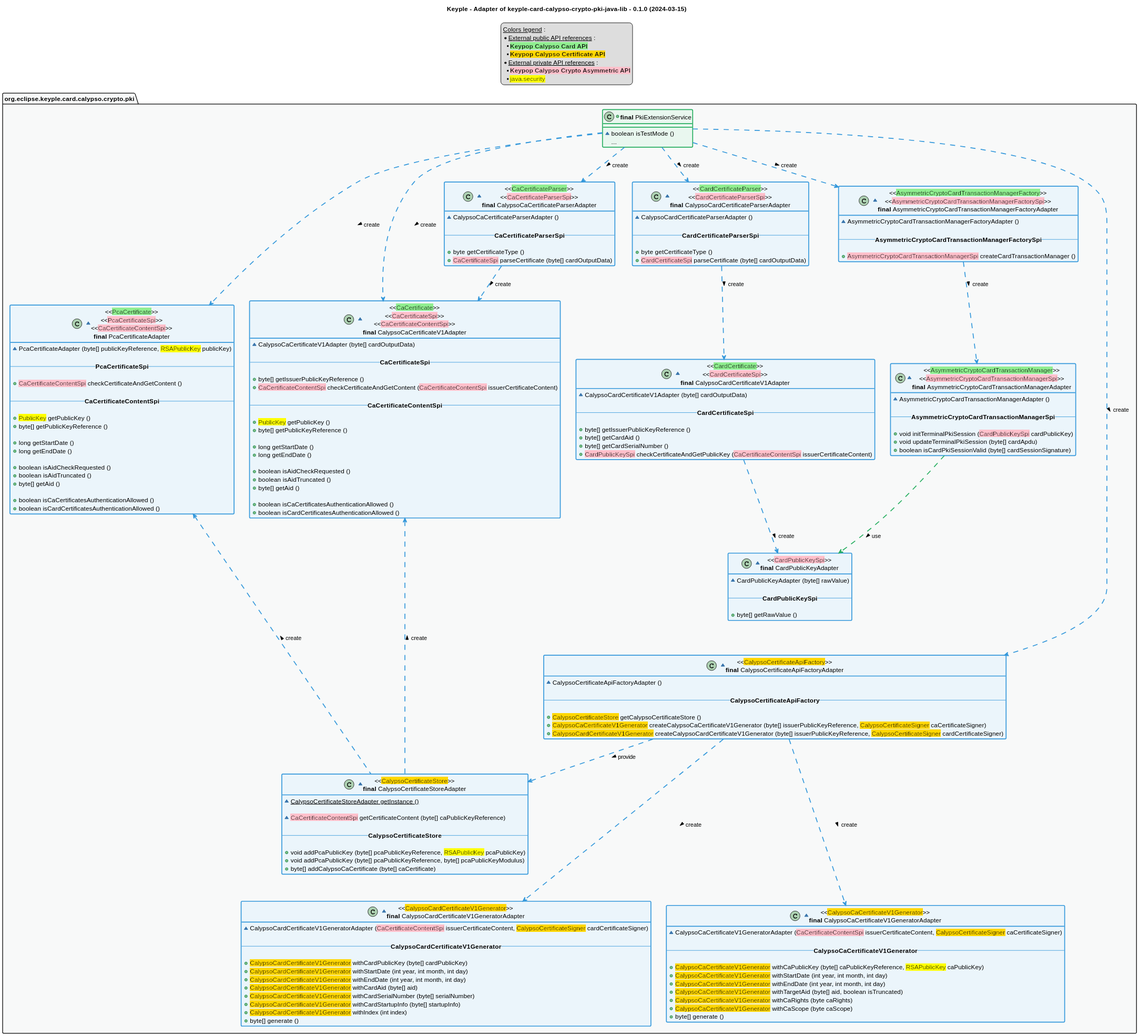
Earlier version of the PlantUML export src/main/uml/adapter_class_diagram.svg (eclipse-keyple/keyple-card-calypso-crypto-pki-java-lib).
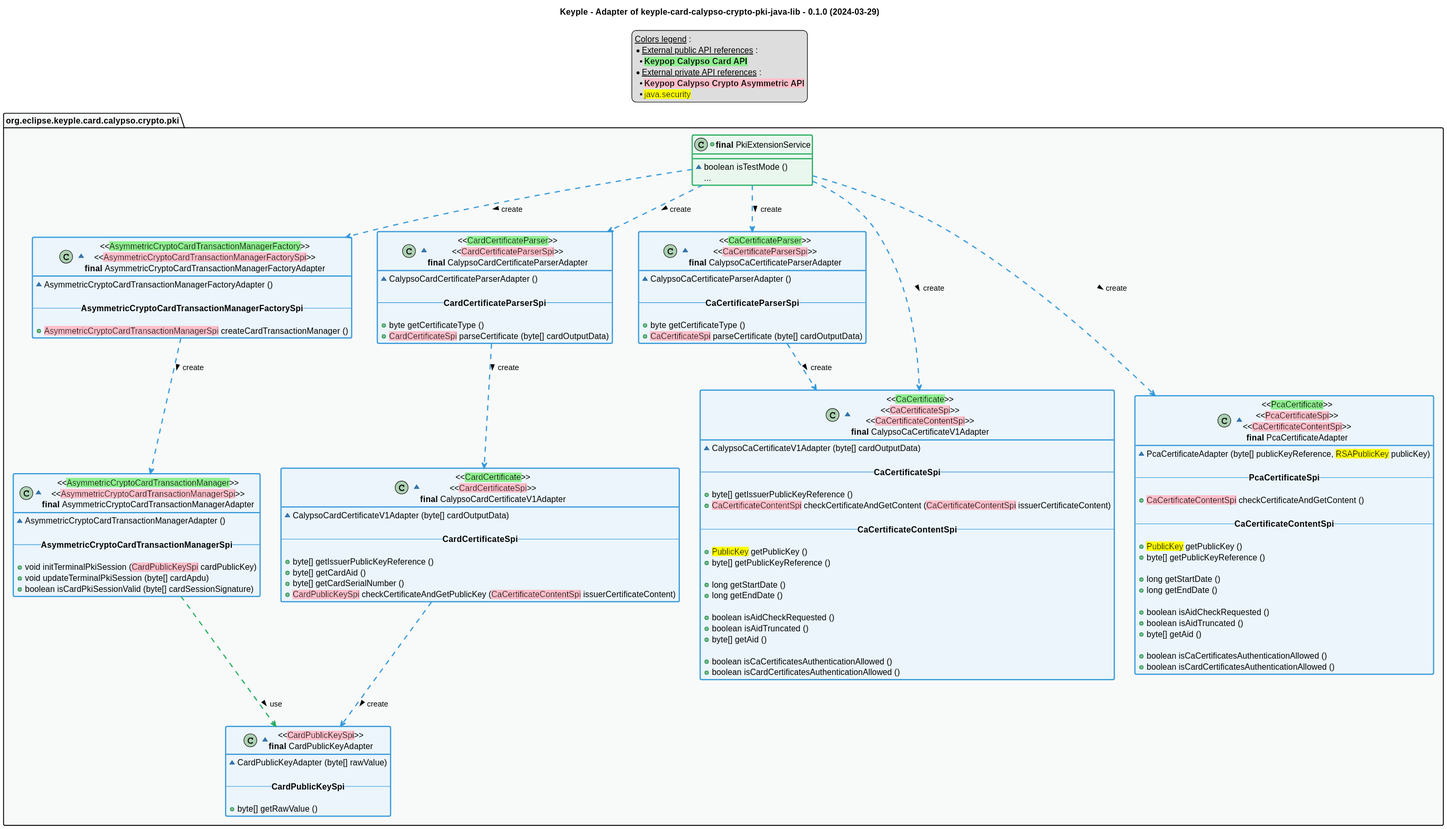
The same diagram one commit later.

Commit message:
remove certificate api

Diff of the diagram source:
```diff
@@ -1,6 +1,6 @@
 @startuml
 title
-    Keyple - Adapter of keyple-card-calypso-crypto-pki-java-lib - 0.1.0 (2024-03-15)
+    Keyple - Adapter of keyple-card-calypso-crypto-pki-java-lib - 0.1.0 (2024-03-29)
 end title
 
 
@@ -44,7 +44,6 @@
     __Colors legend__ :
     * __External public API references__ :
     ** <back:lightGreen>**Keypop Calypso Card API**</back>
-    ** <back:gold>**Keypop Calypso Certificate API**</back>
     * __External private API references__ :
     ** <back:pink>**Keypop Calypso Crypto Asymmetric API**</back>
     ** <back:yellow>java.security</back>
@@ -150,53 +149,6 @@
         +boolean isCaCertificatesAuthenticationAllowed ()
         +boolean isCardCertificatesAuthenticationAllowed ()
     }
-    ~class "<<<back:gold>CalypsoCertificateApiFactory</back>>>\n**final** CalypsoCertificateApiFactoryAdapter" as CalypsoCertificateApiFactoryAdapter <<blue>> {
-        ~CalypsoCertificateApiFactoryAdapter ()
-
-        -- **CalypsoCertificateApiFactory** --
-
-        +<back:gold>CalypsoCertificateStore</back> getCalypsoCertificateStore ()
-        +<back:gold>CalypsoCaCertificateV1Generator</back> createCalypsoCaCertificateV1Generator (byte[] issuerPublicKeyReference, <back:gold>CalypsoCertificateSigner</back> caCertificateSigner)
-        +<back:gold>CalypsoCardCertificateV1Generator</back> createCalypsoCardCertificateV1Generator (byte[] issuerPublicKeyReference, <back:gold>CalypsoCertificateSigner</back> cardCertificateSigner)
-    }
-    ~class "<<<back:gold>CalypsoCertificateStore</back>>>\n**final** CalypsoCertificateStoreAdapter" as CalypsoCertificateStoreAdapter <<blue>> {
-        ~{static} CalypsoCertificateStoreAdapter getInstance ()
-
-        ~<back:pink>CaCertificateContentSpi</back> getCertificateContent (byte[] caPublicKeyReference)
-
-        -- **CalypsoCertificateStore** --
-
-        +void addPcaPublicKey (byte[] pcaPublicKeyReference, <back:yellow>RSAPublicKey</back> pcaPublicKey)
-        +void addPcaPublicKey (byte[] pcaPublicKeyReference, byte[] pcaPublicKeyModulus)
-        +byte[] addCalypsoCaCertificate (byte[] caCertificate)
-    }
-    ~class "<<<back:gold>CalypsoCaCertificateV1Generator</back>>>\n**final** CalypsoCaCertificateV1GeneratorAdapter" as CalypsoCaCertificateV1GeneratorAdapter <<blue>> {
-        ~CalypsoCaCertificateV1GeneratorAdapter (<back:pink>CaCertificateContentSpi</back> issuerCertificateContent, <back:gold>CalypsoCertificateSigner</back> caCertificateSigner)
-
-        -- **CalypsoCaCertificateV1Generator** --
-
-        +<back:gold>CalypsoCaCertificateV1Generator</back> withCaPublicKey (byte[] caPublicKeyReference, <back:yellow>RSAPublicKey</back> caPublicKey)
-        +<back:gold>CalypsoCaCertificateV1Generator</back> withStartDate (int year, int month, int day)
-        +<back:gold>CalypsoCaCertificateV1Generator</back> withEndDate (int year, int month, int day)
-        +<back:gold>CalypsoCaCertificateV1Generator</back> withTargetAid (byte[] aid, boolean isTruncated)
-        +<back:gold>CalypsoCaCertificateV1Generator</back> withCaRights (byte caRights)
-        +<back:gold>CalypsoCaCertificateV1Generator</back> withCaScope (byte caScope)
-        +byte[] generate ()
-    }
-    ~class "<<<back:gold>CalypsoCardCertificateV1Generator</back>>>\n**final** CalypsoCardCertificateV1GeneratorAdapter" as CalypsoCardCertificateV1GeneratorAdapter <<blue>> {
-        ~CalypsoCardCertificateV1GeneratorAdapter (<back:pink>CaCertificateContentSpi</back> issuerCertificateContent, <back:gold>CalypsoCertificateSigner</back> cardCertificateSigner)
-
-        -- **CalypsoCardCertificateV1Generator** --
-
-        +<back:gold>CalypsoCardCertificateV1Generator</back> withCardPublicKey (byte[] cardPublicKey)
-        +<back:gold>CalypsoCardCertificateV1Generator</back> withStartDate (int year, int month, int day)
-        +<back:gold>CalypsoCardCertificateV1Generator</back> withEndDate (int year, int month, int day)
-        +<back:gold>CalypsoCardCertificateV1Generator</back> withCardAid (byte[] aid)
-        +<back:gold>CalypsoCardCertificateV1Generator</back> withCardSerialNumber (byte[] serialNumber)
-        +<back:gold>CalypsoCardCertificateV1Generator</back> withCardStartupInfo (byte[] startupInfo)
-        +<back:gold>CalypsoCardCertificateV1Generator</back> withIndex (int index)
-        +byte[] generate ()
-    }
 }
 
 
@@ -205,7 +157,6 @@
 PkiExtensionService ..> CalypsoCaCertificateParserAdapter #C_LINK : create >
 PkiExtensionService ..> CalypsoCaCertificateV1Adapter #C_LINK : create >
 PkiExtensionService ..> CalypsoCardCertificateParserAdapter #C_LINK : create >
-PkiExtensionService .....> CalypsoCertificateApiFactoryAdapter #C_LINK : create >
 
 AsymmetricCryptoCardTransactionManagerFactoryAdapter ..> AsymmetricCryptoCardTransactionManagerAdapter #C_LINK : create >
 
@@ -217,13 +168,6 @@
 
 CalypsoCardCertificateV1Adapter ..> CardPublicKeyAdapter #C_LINK : create >
 
-CalypsoCertificateApiFactoryAdapter ..> CalypsoCertificateStoreAdapter #C_LINK : provide >
-CalypsoCertificateApiFactoryAdapter ...> CalypsoCaCertificateV1GeneratorAdapter #C_LINK : create >
-CalypsoCertificateApiFactoryAdapter ...> CalypsoCardCertificateV1GeneratorAdapter #C_LINK : create >
-
-CalypsoCertificateStoreAdapter .up...> PcaCertificateAdapter #C_LINK : create >
-CalypsoCertificateStoreAdapter .up.> CalypsoCaCertificateV1Adapter #C_LINK : create >
-
 
 
 
```
